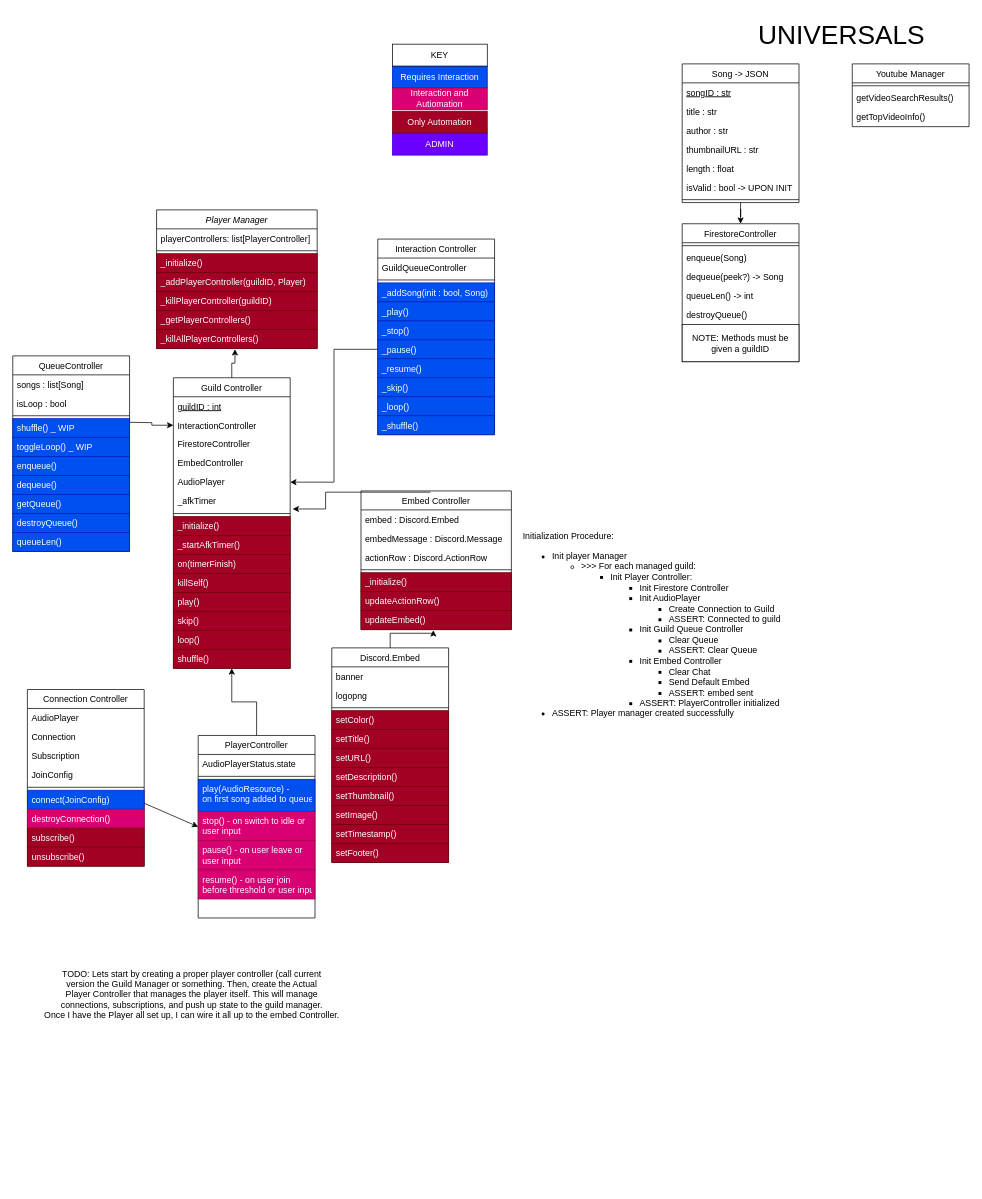
LukeLeimbach/music-discord-bot keeps this draw.io diagram as planning/draw.io/Class_Diagram.drawio. Above is the earlier version. Source tidied: cells renumbered, new cells numbered last; positions are measured from the earlier drawing's top-left corner, leaving out a move shared by most shapes. Both pictures are drawn from the tidied source at 73%, with x=0, y=0 at pixel (12, 12).
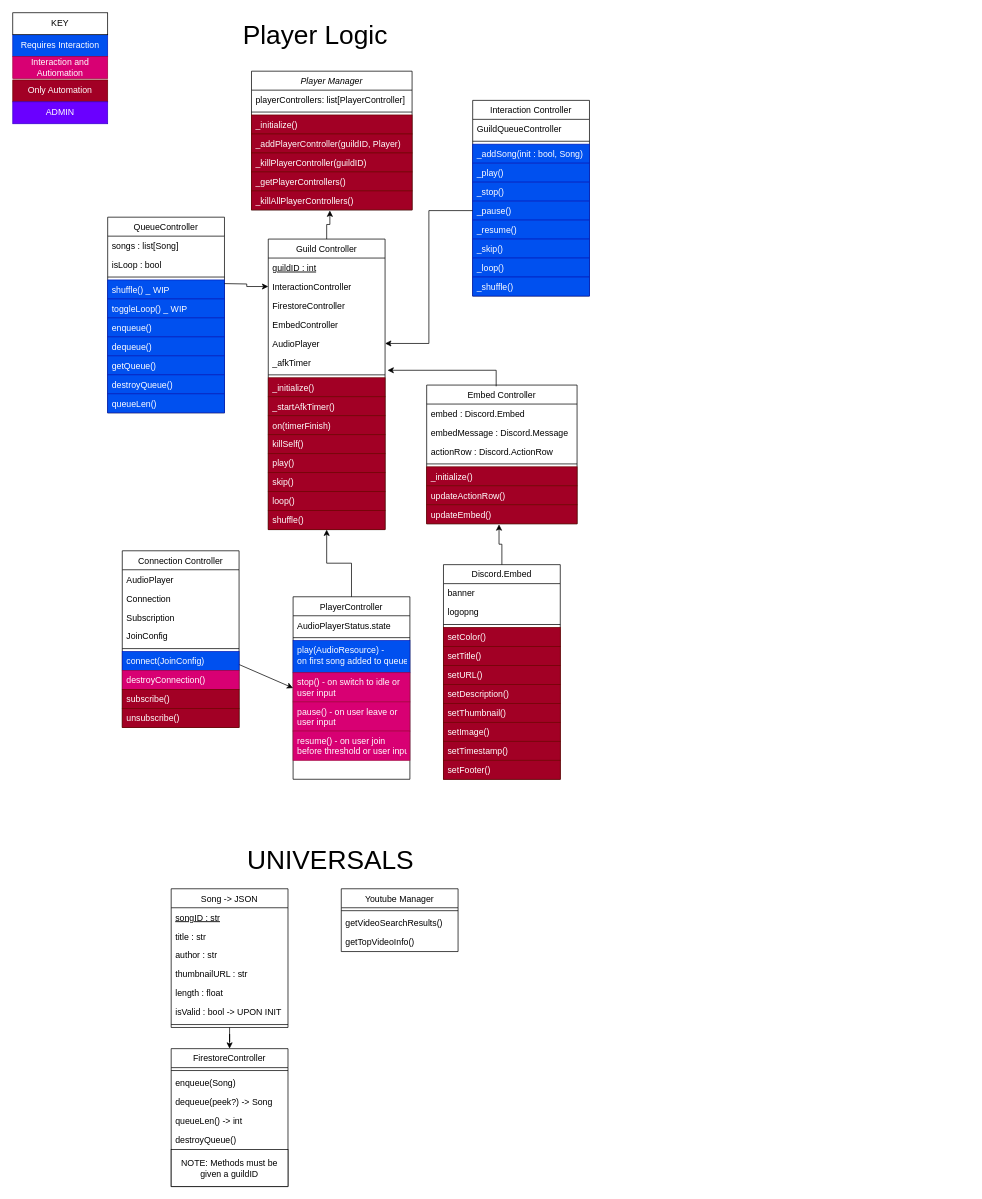
The same page after the edit.

Unchanged cells that the change refers to:
```xml
<mxCell id="19" value="InteractionController" style="text;align=left;verticalAlign=top;spacingLeft=4;spacingRight=4;overflow=hidden;points=[[0,0.5],[1,0.5]];portConstraint=eastwest;rounded=0;shadow=0;html=0;" parent="17" vertex="1">
  <mxGeometry y="52" width="160" height="26" as="geometry" />
</mxCell>
```

What changed in the source:
```diff
@@
     <mxCell id="2" value="Player Manager" style="swimlane;fontStyle=2;align=center;verticalAlign=top;horizontal=1;startSize=26;rounded=0;shadow=0;strokeWidth=1;" parent="1" vertex="1">
-      <mxGeometry x="197" y="270" width="220" height="190" as="geometry" />
+      <mxGeometry x="327" y="80" width="220" height="190" as="geometry" />
     </mxCell>
@@
     <mxCell id="10" value="PlayerController" style="swimlane;fontStyle=0;align=center;verticalAlign=top;horizontal=1;startSize=26;rounded=0;shadow=0;strokeWidth=1;" parent="1" vertex="1">
-      <mxGeometry x="254" y="990" width="160" height="250" as="geometry" />
+      <mxGeometry x="384" y="800" width="160" height="250" as="geometry" />
     </mxCell>
@@
     <mxCell id="17" value="Guild Controller&#10;" style="swimlane;fontStyle=0;align=center;verticalAlign=top;horizontal=1;startSize=26;rounded=0;shadow=0;strokeWidth=1;" parent="1" vertex="1">
-      <mxGeometry x="220" y="500" width="160" height="398" as="geometry" />
+      <mxGeometry x="350" y="310" width="160" height="398" as="geometry" />
     </mxCell>
@@
     <mxCell id="35" value="FirestoreController" style="swimlane;fontStyle=0;align=center;verticalAlign=top;horizontal=1;startSize=26;rounded=0;shadow=0;strokeWidth=1;" parent="1" vertex="1">
-      <mxGeometry x="917" y="289" width="160" height="189" as="geometry" />
+      <mxGeometry x="217" y="1419" width="160" height="189" as="geometry" />
     </mxCell>
@@
     <mxCell id="43" value="Song -&gt; JSON" style="swimlane;fontStyle=0;align=center;verticalAlign=top;horizontal=1;startSize=26;rounded=0;shadow=0;strokeWidth=1;" parent="1" vertex="1">
-      <mxGeometry x="917" y="70" width="160" height="190" as="geometry" />
+      <mxGeometry x="217" y="1200" width="160" height="190" as="geometry" />
     </mxCell>
@@
     <mxCell id="51" value="Interaction Controller" style="swimlane;fontStyle=0;align=center;verticalAlign=top;horizontal=1;startSize=26;rounded=0;shadow=0;strokeWidth=1;" parent="1" vertex="1">
-      <mxGeometry x="500" y="310" width="160" height="268" as="geometry" />
+      <mxGeometry x="630" y="120" width="160" height="268" as="geometry" />
     </mxCell>
@@
-    <mxCell id="62" value="Initialization Procedure:&lt;div&gt;&lt;ul&gt;&lt;li&gt;Init player Manager&lt;/li&gt;&lt;ul&gt;&lt;li&gt;&amp;gt;&amp;gt;&amp;gt; For each managed guild:&lt;/li&gt;&lt;ul&gt;&lt;li&gt;Init Player Controller:&lt;/li&gt;&lt;ul&gt;&lt;li&gt;Init Firestore Controller&lt;/li&gt;&lt;li&gt;Init AudioPlayer&lt;/li&gt;&lt;ul&gt;&lt;li&gt;Create Connection to Guild&lt;/li&gt;&lt;li&gt;ASSERT: Connected to guild&lt;/li&gt;&lt;/ul&gt;&lt;li&gt;Init Guild Queue Controller&lt;/li&gt;&lt;ul&gt;&lt;li&gt;Clear Queue&lt;/li&gt;&lt;li&gt;ASSERT: Clear Queue&lt;/li&gt;&lt;/ul&gt;&lt;li&gt;Init Embed Controller&lt;/li&gt;&lt;ul&gt;&lt;li&gt;Clear Chat&lt;/li&gt;&lt;li&gt;Send Default Embed&lt;/li&gt;&lt;li&gt;ASSERT: embed sent&lt;/li&gt;&lt;/ul&gt;&lt;li&gt;ASSERT: PlayerController initialized&lt;/li&gt;&lt;/ul&gt;&lt;/ul&gt;&lt;/ul&gt;&lt;li&gt;ASSERT: Player manager created successfully&lt;/li&gt;&lt;/ul&gt;&lt;/div&gt;" style="text;html=1;align=left;verticalAlign=middle;strokeColor=none;fillColor=none;" parent="1" vertex="1">
-      <mxGeometry x="697" y="655" width="380" height="380" as="geometry" />
-    </mxCell>
     <mxCell id="63" value="Embed Controller" style="swimlane;fontStyle=0;align=center;verticalAlign=top;horizontal=1;startSize=26;rounded=0;shadow=0;strokeWidth=1;" parent="1" vertex="1">
-      <mxGeometry x="477" y="655" width="206" height="190" as="geometry" />
+      <mxGeometry x="567" y="510" width="206" height="190" as="geometry" />
     </mxCell>
@@
     <mxCell id="71" value="QueueController" style="swimlane;fontStyle=0;align=center;verticalAlign=top;horizontal=1;startSize=26;rounded=0;shadow=0;strokeWidth=1;" parent="1" vertex="1">
-      <mxGeometry y="470" width="160" height="268" as="geometry" />
+      <mxGeometry x="130" y="280" width="160" height="268" as="geometry" />
     </mxCell>
@@
     <mxCell id="83" value="Discord.Embed" style="swimlane;fontStyle=0;align=center;verticalAlign=top;horizontal=1;startSize=26;rounded=0;shadow=0;strokeWidth=1;" parent="1" vertex="1">
-      <mxGeometry x="437" y="870" width="160" height="294" as="geometry" />
+      <mxGeometry x="590" y="756" width="160" height="294" as="geometry" />
     </mxCell>
@@
     <mxCell id="96" value="&lt;font style=&quot;font-size: 36px;&quot;&gt;UNIVERSALS&lt;/font&gt;" style="text;html=1;align=center;verticalAlign=middle;strokeColor=none;fillColor=none;" parent="1" vertex="1">
-      <mxGeometry x="1010" width="250" height="60" as="geometry" />
+      <mxGeometry x="310" y="1130" width="250" height="60" as="geometry" />
     </mxCell>
     <mxCell id="97" value="Youtube Manager" style="swimlane;fontStyle=0;align=center;verticalAlign=top;horizontal=1;startSize=26;rounded=0;shadow=0;strokeWidth=1;" parent="1" vertex="1">
-      <mxGeometry x="1150" y="70" width="160" height="86" as="geometry" />
+      <mxGeometry x="450" y="1200" width="160" height="86" as="geometry" />
     </mxCell>
@@
     <mxCell id="101" style="edgeStyle=orthogonalEdgeStyle;rounded=0;jettySize=auto;html=1;entryX=0;entryY=0.5;entryDx=0;entryDy=0;" parent="1" edge="1" target="19">
       <mxGeometry relative="1" as="geometry">
-        <mxPoint x="160" y="561" as="sourcePoint" />
+        <mxPoint x="290" y="371" as="sourcePoint" />
       </mxGeometry>
     </mxCell>
@@
     <mxCell id="103" value="Requires Interaction" style="whiteSpace=wrap;html=1;fontColor=#ffffff;fillColor=#0050ef;strokeColor=#001DBC;" parent="1" vertex="1">
-      <mxGeometry x="520" y="73" width="130" height="30" as="geometry" />
+      <mxGeometry y="30" width="130" height="30" as="geometry" />
     </mxCell>
     <mxCell id="104" value="KEY" style="whiteSpace=wrap;html=1;" parent="1" vertex="1">
-      <mxGeometry x="520" y="43" width="130" height="30" as="geometry" />
+      <mxGeometry width="130" height="30" as="geometry" />
     </mxCell>
     <mxCell id="105" value="Interaction and Autiomation" style="whiteSpace=wrap;html=1;fontColor=#ffffff;fillColor=#d80073;strokeColor=#A50040;" parent="1" vertex="1">
-      <mxGeometry x="520" y="103" width="130" height="30" as="geometry" />
+      <mxGeometry y="60" width="130" height="30" as="geometry" />
     </mxCell>
     <mxCell id="106" value="Only Automation" style="whiteSpace=wrap;html=1;fontColor=#ffffff;fillColor=#a20025;strokeColor=#6F0000;" parent="1" vertex="1">
-      <mxGeometry x="520" y="135" width="130" height="30" as="geometry" />
+      <mxGeometry y="92" width="130" height="30" as="geometry" />
     </mxCell>
@@
     <mxCell id="108" value="Connection Controller" style="swimlane;fontStyle=0;align=center;verticalAlign=top;horizontal=1;startSize=26;rounded=0;shadow=0;strokeWidth=1;" parent="1" vertex="1">
-      <mxGeometry x="20" y="927" width="160" height="242" as="geometry" />
+      <mxGeometry x="150" y="737" width="160" height="242" as="geometry" />
     </mxCell>
@@
     <mxCell id="118" value="ADMIN" style="whiteSpace=wrap;html=1;fontColor=#ffffff;fillColor=#6a00ff;strokeColor=#3700CC;" parent="1" vertex="1">
-      <mxGeometry x="520" y="165" width="130" height="30" as="geometry" />
+      <mxGeometry y="122" width="130" height="30" as="geometry" />
     </mxCell>
-    <mxCell id="119" value="TODO: Lets start by creating a proper player controller (call current&lt;br&gt;version the Guild Manager or something. Then, create the Actual&lt;br&gt;Player Controller that manages the player itself. This will manage&lt;br&gt;connections, subscriptions, and push up state to the guild manager.&lt;br&gt;Once I have the Player all set up, I can wire it all up to the embed Controller." style="text;html=1;align=center;verticalAlign=middle;strokeColor=none;fillColor=none;" parent="1" vertex="1">
-      <mxGeometry x="30" y="1300" width="430" height="90" as="geometry" />
-    </mxCell>
+    <mxCell id="120" value="&lt;font style=&quot;font-size: 36px;&quot;&gt;Player Logic&lt;/font&gt;" style="text;html=1;align=center;verticalAlign=middle;strokeColor=none;fillColor=none;" parent="1" vertex="1">
+      <mxGeometry x="304" width="220" height="60" as="geometry" />
+    </mxCell>
```
